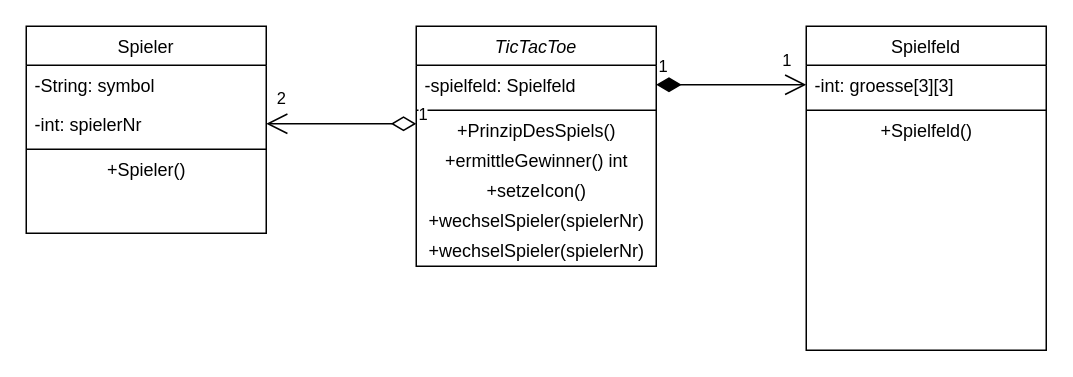
Before: TicTacToe.drawio in Desdeney/tictactoe, a draw.io diagram. Source tidied: cells renumbered, new cells numbered last; positions are measured from the earlier drawing's top-left corner, leaving out a move shared by most shapes. Both pictures are drawn from the tidied source at 150%, with x=0, y=0 at pixel (26, 26).
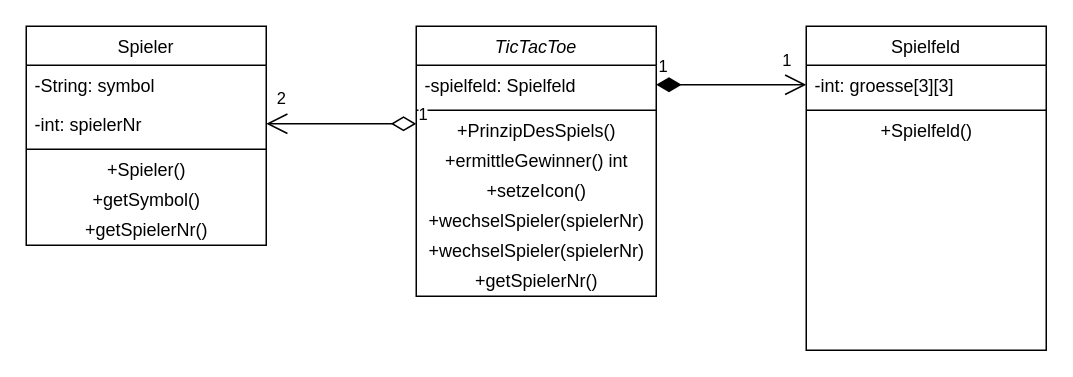
The same page after the edit.

What changed in the source:
```diff
@@
     <mxCell id="2" value="TicTacToe" style="swimlane;fontStyle=2;align=center;verticalAlign=top;horizontal=1;startSize=26;rounded=0;shadow=0;strokeWidth=1;" parent="1" vertex="1">
-      <mxGeometry x="260" width="160" height="160" as="geometry" />
+      <mxGeometry x="260" width="160" height="180" as="geometry" />
     </mxCell>
@@
+    <mxCell id="23" value="+getSpielerNr()" style="text;html=1;align=center;verticalAlign=middle;" parent="2" vertex="1">
+      <mxGeometry y="160" width="160" height="20" as="geometry" />
+    </mxCell>
@@
     <mxCell id="14" value="Spieler" style="swimlane;fontStyle=0;align=center;verticalAlign=top;horizontal=1;startSize=26;rounded=0;shadow=0;strokeWidth=1;" parent="1" vertex="1">
-      <mxGeometry width="160" height="138" as="geometry" />
+      <mxGeometry width="160" height="146" as="geometry" />
     </mxCell>
@@
+    <mxCell id="24" value="+getSymbol()" style="text;html=1;align=center;verticalAlign=middle;" parent="14" vertex="1">
+      <mxGeometry y="106" width="160" height="20" as="geometry" />
+    </mxCell>
+    <mxCell id="25" value="+getSpielerNr()" style="text;html=1;align=center;verticalAlign=middle;" parent="14" vertex="1">
+      <mxGeometry y="126" width="160" height="20" as="geometry" />
+    </mxCell>
```
